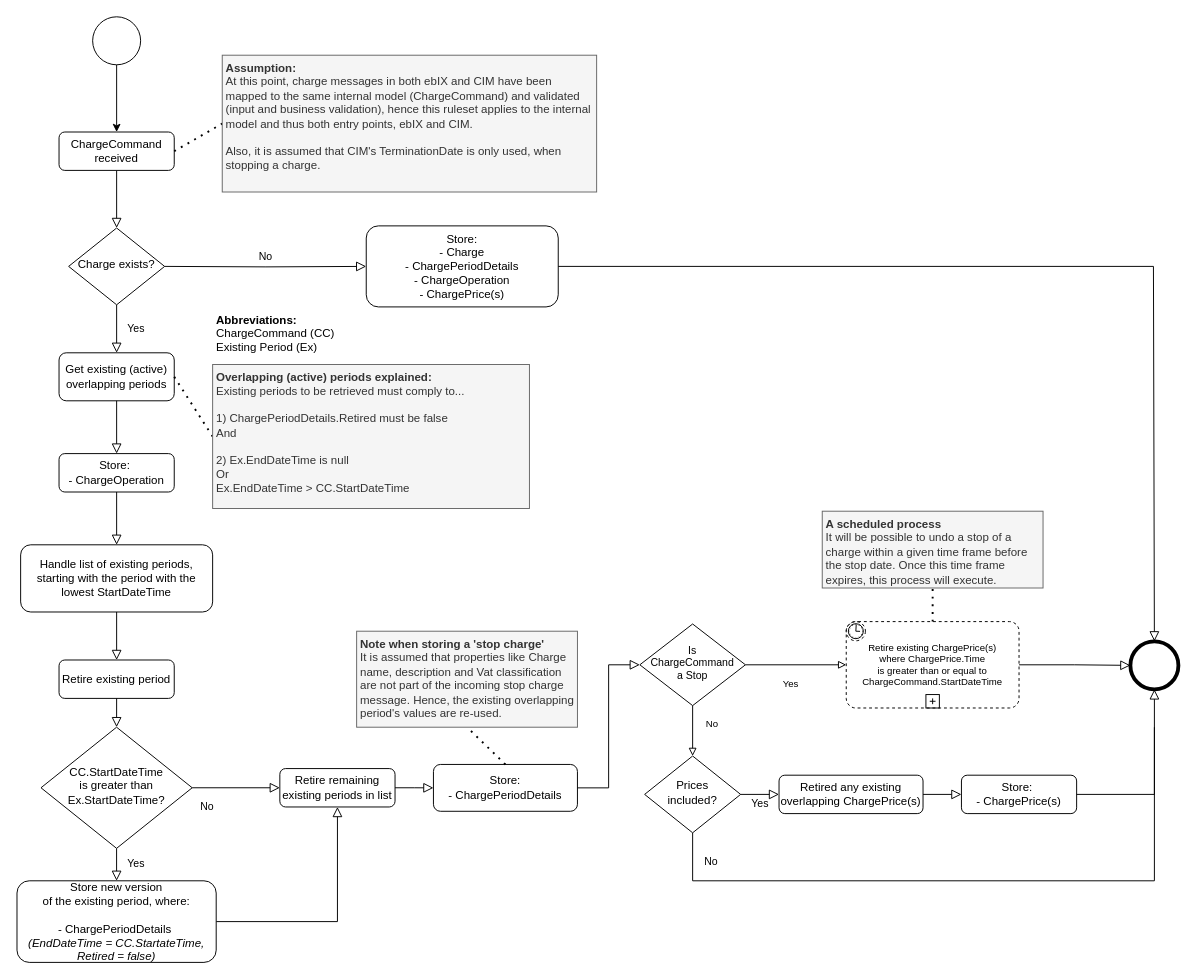
Above: docs/images/PersistingChargesRuleSet_ProcessFlow.drawio in Energinet-DataHub/ARCHIVED-geh-charges (draw.io), before the change. Source tidied: cells renumbered, new cells numbered last; positions are measured from the earlier drawing's top-left corner, leaving out a move shared by most shapes. Both pictures are drawn from the tidied source at 96%, with x=0, y=0 at pixel (16, 16).
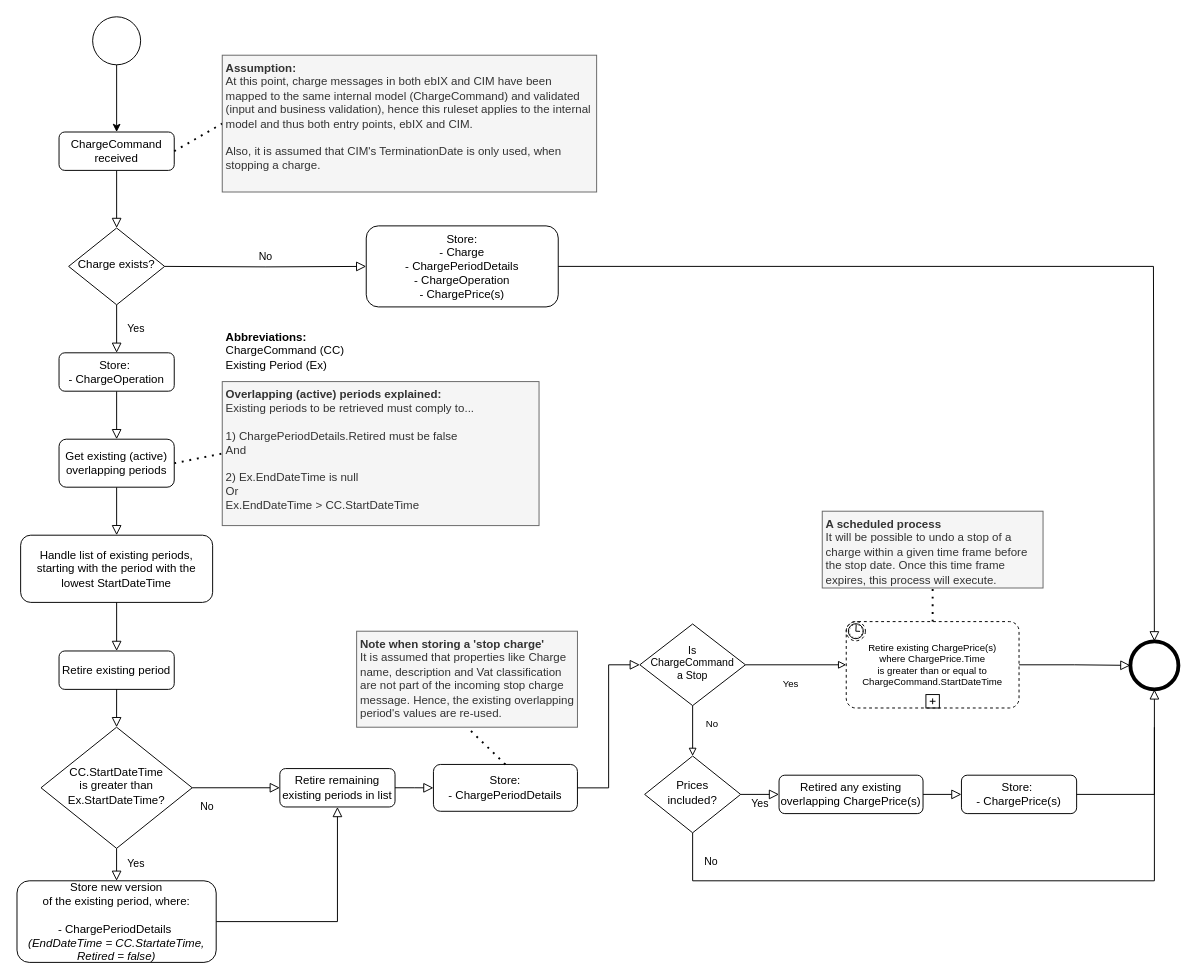
After the change.

Unchanged cells that the change refers to:
```xml
<mxCell id="5" value="Charge exists?" style="rhombus;whiteSpace=wrap;html=1;shadow=0;fontFamily=Helvetica;fontSize=12;align=center;strokeWidth=1;spacing=6;spacingTop=-4;" parent="1" vertex="1">
  <mxGeometry x="54" y="220" width="100" height="80" as="geometry" />
</mxCell>
```

Diff of the diagram source:
```diff
@@
-    <mxCell id="4" value="Yes" style="rounded=0;html=1;jettySize=auto;fontSize=11;endArrow=block;endFill=0;endSize=8;strokeWidth=1;shadow=0;labelBackgroundColor=none;edgeStyle=orthogonalEdgeStyle;entryX=0.5;entryY=0;entryDx=0;entryDy=0;entryPerimeter=0;" parent="1" edge="1" source="5" target="13">
+    <mxCell id="4" value="Yes" style="rounded=0;html=1;jettySize=auto;fontSize=11;endArrow=block;endFill=0;endSize=8;strokeWidth=1;shadow=0;labelBackgroundColor=none;edgeStyle=orthogonalEdgeStyle;entryX=0.5;entryY=0;entryDx=0;entryDy=0;" parent="1" edge="1" source="5" target="20">
       <mxGeometry y="20" relative="1" as="geometry" />
     </mxCell>
@@
     <mxCell id="11" value="Retire existing period" style="rounded=1;whiteSpace=wrap;html=1;fontSize=12;glass=0;strokeWidth=1;shadow=0;" parent="1" vertex="1">
-      <mxGeometry x="44" y="670" width="120" height="40" as="geometry" />
+      <mxGeometry x="44" y="660.6" width="120" height="40" as="geometry" />
     </mxCell>
     <mxCell id="12" value="Handle list of existing periods, starting with the period with the lowest StartDateTime" style="rounded=1;whiteSpace=wrap;html=1;fontSize=12;glass=0;strokeWidth=1;shadow=0;" parent="1" vertex="1">
-      <mxGeometry x="4" y="550" width="200" height="70" as="geometry" />
+      <mxGeometry x="4" y="540" width="200" height="70" as="geometry" />
     </mxCell>
-    <mxCell id="13" value="Get existing (active) overlapping periods" style="rounded=1;whiteSpace=wrap;html=1;fontSize=12;glass=0;strokeWidth=1;shadow=0;" parent="1" vertex="1">
-      <mxGeometry x="44" y="350" width="120" height="50" as="geometry" />
-    </mxCell>
-    <mxCell id="14" style="rounded=0;html=1;jettySize=auto;fontSize=11;endArrow=block;endFill=0;endSize=8;strokeWidth=1;shadow=0;labelBackgroundColor=none;edgeStyle=orthogonalEdgeStyle;exitX=0.5;exitY=1;exitDx=0;exitDy=0;entryX=0.5;entryY=0;entryDx=0;entryDy=0;" parent="1" edge="1" source="13" target="20">
+    <mxCell id="14" style="rounded=0;html=1;jettySize=auto;fontSize=11;endArrow=block;endFill=0;endSize=8;strokeWidth=1;shadow=0;labelBackgroundColor=none;edgeStyle=orthogonalEdgeStyle;exitX=0.5;exitY=1;exitDx=0;exitDy=0;entryX=0.5;entryY=0;entryDx=0;entryDy=0;" parent="1" edge="1" source="20" target="13">
       <mxGeometry y="20" relative="1" as="geometry" />
     </mxCell>
@@
-    <mxCell id="20" value="Store:&amp;nbsp;&lt;br&gt;- ChargeOperation" style="rounded=1;whiteSpace=wrap;html=1;fontSize=12;glass=0;strokeWidth=1;shadow=0;" parent="1" vertex="1">
-      <mxGeometry x="44" y="455" width="120" height="40" as="geometry" />
-    </mxCell>
-    <mxCell id="21" style="rounded=0;html=1;jettySize=auto;fontSize=11;endArrow=block;endFill=0;endSize=8;strokeWidth=1;shadow=0;labelBackgroundColor=none;edgeStyle=orthogonalEdgeStyle;exitX=0.5;exitY=1;exitDx=0;exitDy=0;entryX=0.5;entryY=0;entryDx=0;entryDy=0;" parent="1" edge="1" source="20" target="12">
+    <mxCell id="21" style="rounded=0;html=1;jettySize=auto;fontSize=11;endArrow=block;endFill=0;endSize=8;strokeWidth=1;shadow=0;labelBackgroundColor=none;edgeStyle=orthogonalEdgeStyle;exitX=0.5;exitY=1;exitDx=0;exitDy=0;entryX=0.5;entryY=0;entryDx=0;entryDy=0;" parent="1" edge="1" source="13" target="12">
       <mxGeometry y="20" relative="1" as="geometry" />
     </mxCell>
@@
-    <mxCell id="35" style="endArrow=none;dashed=1;html=1;dashPattern=1 3;strokeWidth=2;exitX=1;exitY=0.5;exitDx=0;exitDy=0;entryX=0;entryY=0.5;entryDx=0;entryDy=0;" parent="1" edge="1" source="13" target="36">
+    <mxCell id="35" style="endArrow=none;dashed=1;html=1;dashPattern=1 3;strokeWidth=2;entryX=0;entryY=0.5;entryDx=0;entryDy=0;exitX=1;exitY=0.5;exitDx=0;exitDy=0;" parent="1" edge="1" source="13" target="36">
       <mxGeometry relative="1" as="geometry" />
     </mxCell>
     <mxCell id="36" value="&lt;b&gt;Overlapping (active) periods explained:&lt;/b&gt;&lt;br&gt;Existing periods to be retrieved must comply to...&lt;br&gt;&lt;br&gt;1) ChargePeriodDetails.Retired must be false&lt;br&gt;And&lt;br&gt;&amp;nbsp;&lt;br&gt;2) Ex.EndDateTime is null&lt;br&gt;Or&amp;nbsp;&lt;br&gt;Ex.EndDateTime &amp;gt; CC.StartDateTime&lt;br&gt;&lt;div&gt;&lt;br&gt;&lt;/div&gt;" style="text;html=1;strokeColor=#666666;fillColor=#f5f5f5;align=left;verticalAlign=top;whiteSpace=wrap;rounded=0;fontColor=#333333;perimeterSpacing=0;spacingTop=0;spacingLeft=2;spacingBottom=2;" parent="1" vertex="1">
-      <mxGeometry x="204" y="362.2" width="330" height="150" as="geometry" />
+      <mxGeometry x="214" y="380" width="330" height="150" as="geometry" />
     </mxCell>
@@
     <mxCell id="46" value="&lt;b&gt;Abbreviations:&lt;/b&gt;&lt;br&gt;ChargeCommand (CC)&lt;br&gt;Existing Period (Ex)" style="text;html=1;align=left;verticalAlign=top;whiteSpace=wrap;rounded=0;perimeterSpacing=0;spacingTop=0;spacingLeft=2;spacingBottom=2;dashed=1;" parent="1" vertex="1">
-      <mxGeometry x="204" y="302.2" width="150" height="60" as="geometry" />
+      <mxGeometry x="214" y="320" width="150" height="60" as="geometry" />
     </mxCell>
@@
+    <mxCell id="20" value="Store:&amp;nbsp;&lt;br&gt;- ChargeOperation" style="rounded=1;whiteSpace=wrap;html=1;fontSize=12;glass=0;strokeWidth=1;shadow=0;" parent="1" vertex="1">
+      <mxGeometry x="44" y="350" width="120" height="40" as="geometry" />
+    </mxCell>
+    <mxCell id="13" value="Get existing (active) overlapping periods" style="rounded=1;whiteSpace=wrap;html=1;fontSize=12;glass=0;strokeWidth=1;shadow=0;" parent="1" vertex="1">
+      <mxGeometry x="44" y="440" width="120" height="50" as="geometry" />
+    </mxCell>
```
